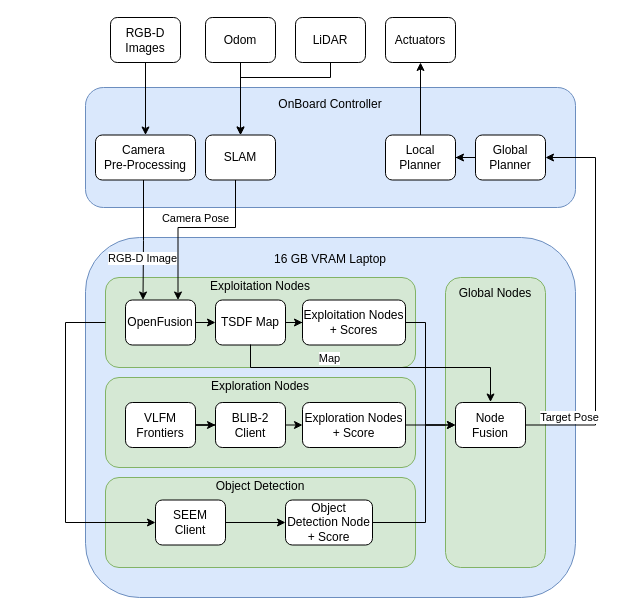
The draw.io diagram Master_Thesis_Overview.drawio in KevinEppacher/Eppacher_Master_Thesis, before the edit. Source tidied: cells renumbered, new cells numbered last; positions are measured from the earlier drawing's top-left corner, leaving out a move shared by most shapes. Both pictures are drawn from the tidied source at 100%, with x=0, y=0 at pixel (65, 17).
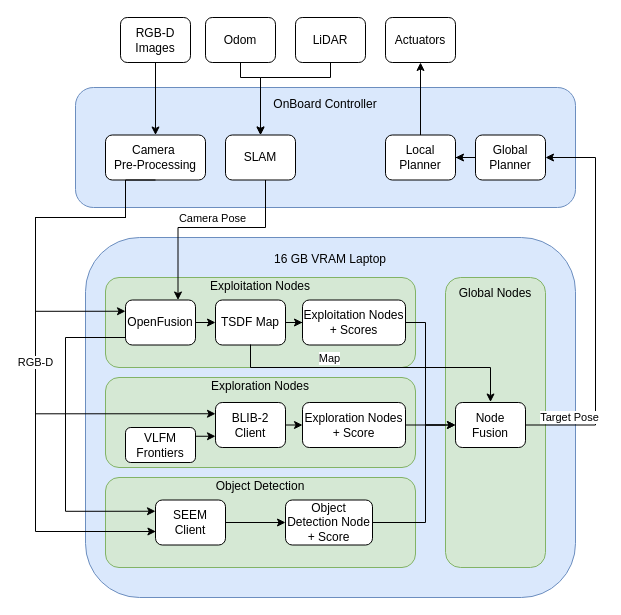
The same diagram, later.

The change refers to these unchanged cells:
```xml
<mxCell id="5" value="Exploitation Nodes&lt;div&gt;&lt;br&gt;&lt;/div&gt;&lt;div&gt;&lt;br&gt;&lt;/div&gt;&lt;div&gt;&lt;br&gt;&lt;/div&gt;&lt;div&gt;&lt;br&gt;&lt;/div&gt;&lt;div&gt;&lt;br&gt;&lt;/div&gt;" style="rounded=1;whiteSpace=wrap;html=1;fillColor=#d5e8d4;strokeColor=#82b366;" parent="1" vertex="1">
  <mxGeometry x="40" y="260" width="310" height="90" as="geometry" />
</mxCell>
<mxCell id="8" value="BLIB-2 Client" style="rounded=1;whiteSpace=wrap;html=1;" parent="1" vertex="1">
  <mxGeometry x="150" y="385" width="70" height="45" as="geometry" />
</mxCell>
<mxCell id="14" value="OpenFusion" style="rounded=1;whiteSpace=wrap;html=1;" parent="1" vertex="1">
  <mxGeometry x="60" y="282.5" width="70" height="45" as="geometry" />
</mxCell>
<mxCell id="20" value="SEEM Client" style="rounded=1;whiteSpace=wrap;html=1;" parent="1" vertex="1">
  <mxGeometry x="90" y="482.5" width="70" height="45" as="geometry" />
</mxCell>
<mxCell id="30" value="Odom" style="rounded=1;whiteSpace=wrap;html=1;" parent="1" vertex="1">
  <mxGeometry x="140" width="70" height="45" as="geometry" />
</mxCell>
<mxCell id="32" value="LiDAR" style="rounded=1;whiteSpace=wrap;html=1;" parent="1" vertex="1">
  <mxGeometry x="230" width="70" height="45" as="geometry" />
</mxCell>
```

What changed in the source:
```diff
@@
     <mxCell id="2" value="OnBoard Controller&lt;div&gt;&lt;br&gt;&lt;/div&gt;&lt;div&gt;&lt;br&gt;&lt;/div&gt;&lt;div&gt;&lt;br&gt;&lt;/div&gt;&lt;div&gt;&lt;br&gt;&lt;/div&gt;&lt;div&gt;&lt;br&gt;&lt;/div&gt;&lt;div&gt;&lt;br&gt;&lt;/div&gt;" style="rounded=1;whiteSpace=wrap;html=1;fillColor=#dae8fc;strokeColor=#6c8ebf;" parent="1" vertex="1">
-      <mxGeometry x="20" y="70" width="490" height="120" as="geometry" />
+      <mxGeometry x="10" y="70" width="500" height="120" as="geometry" />
     </mxCell>
@@
-    <mxCell id="9" style="edgeStyle=orthogonalEdgeStyle;rounded=0;jettySize=auto;html=1;entryX=0;entryY=0.5;entryDx=0;entryDy=0;" parent="1" edge="1" source="10" target="8">
-      <mxGeometry relative="1" as="geometry" />
+    <mxCell id="9" style="edgeStyle=orthogonalEdgeStyle;rounded=0;jettySize=auto;html=1;entryX=0;entryY=0.75;entryDx=0;entryDy=0;" parent="1" edge="1" source="10" target="8">
+      <mxGeometry relative="1" as="geometry">
+        <Array as="points">
+          <mxPoint x="150" y="419" />
+        </Array>
+      </mxGeometry>
     </mxCell>
     <mxCell id="10" value="VLFM Frontiers" style="rounded=1;whiteSpace=wrap;html=1;" parent="1" vertex="1">
-      <mxGeometry x="60" y="385" width="70" height="45" as="geometry" />
+      <mxGeometry x="60" y="410" width="70" height="35" as="geometry" />
     </mxCell>
@@
     <mxCell id="28" value="RGB-D Images" style="rounded=1;whiteSpace=wrap;html=1;" parent="1" vertex="1">
-      <mxGeometry x="45" width="70" height="45" as="geometry" />
+      <mxGeometry x="55" width="70" height="45" as="geometry" />
     </mxCell>
     <mxCell id="29" style="edgeStyle=orthogonalEdgeStyle;rounded=0;jettySize=auto;html=1;entryX=0.5;entryY=0;entryDx=0;entryDy=0;" parent="1" edge="1" source="30" target="36">
-      <mxGeometry relative="1" as="geometry" />
+      <mxGeometry relative="1" as="geometry">
+        <Array as="points">
+          <mxPoint x="175" y="60" />
+          <mxPoint x="195" y="60" />
+        </Array>
+      </mxGeometry>
     </mxCell>
@@
     <mxCell id="31" style="edgeStyle=orthogonalEdgeStyle;rounded=0;jettySize=auto;html=1;entryX=0.5;entryY=0;entryDx=0;entryDy=0;" parent="1" edge="1" source="32" target="36">
       <mxGeometry relative="1" as="geometry">
         <Array as="points">
           <mxPoint x="265" y="60" />
-          <mxPoint x="175" y="60" />
+          <mxPoint x="195" y="60" />
         </Array>
       </mxGeometry>
     </mxCell>
@@
     <mxCell id="34" style="edgeStyle=orthogonalEdgeStyle;rounded=0;jettySize=auto;html=1;entryX=0.75;entryY=0;entryDx=0;entryDy=0;" parent="1" edge="1" source="36" target="14">
       <mxGeometry relative="1" as="geometry">
         <Array as="points">
-          <mxPoint x="170" y="210" />
-          <mxPoint x="113" y="210" />
+          <mxPoint x="200" y="210" />
+          <mxPoint x="112" y="210" />
         </Array>
       </mxGeometry>
     </mxCell>
@@
     <mxCell id="36" value="SLAM" style="rounded=1;whiteSpace=wrap;html=1;" parent="1" vertex="1">
-      <mxGeometry x="140" y="117.5" width="70" height="45" as="geometry" />
+      <mxGeometry x="160" y="117.5" width="70" height="45" as="geometry" />
     </mxCell>
@@
-    <mxCell id="41" style="edgeStyle=orthogonalEdgeStyle;rounded=0;jettySize=auto;html=1;exitX=0;exitY=0.5;exitDx=0;exitDy=0;entryX=0;entryY=0.5;entryDx=0;entryDy=0;" parent="1" edge="1" source="5" target="20">
-      <mxGeometry relative="1" as="geometry">
-        <Array as="points">
-          <mxPoint y="305" />
-          <mxPoint y="505" />
-        </Array>
-      </mxGeometry>
-    </mxCell>
+    <mxCell id="47" style="edgeStyle=orthogonalEdgeStyle;rounded=0;jettySize=auto;html=1;entryX=0;entryY=0.25;entryDx=0;entryDy=0;" parent="1" edge="1" source="44" target="8">
+      <mxGeometry relative="1" as="geometry">
+        <Array as="points">
+          <mxPoint x="60" y="200" />
+          <mxPoint x="-30" y="200" />
+          <mxPoint x="-30" y="396" />
+        </Array>
+      </mxGeometry>
+    </mxCell>
-    <mxCell id="42" style="edgeStyle=orthogonalEdgeStyle;rounded=0;jettySize=auto;html=1;entryX=0.25;entryY=0;entryDx=0;entryDy=0;" parent="1" edge="1" source="44" target="14">
+    <mxCell id="42" style="edgeStyle=orthogonalEdgeStyle;rounded=0;jettySize=auto;html=1;entryX=0;entryY=0.25;entryDx=0;entryDy=0;" parent="1" edge="1" source="44" target="14">
       <mxGeometry relative="1" as="geometry">
         <Array as="points">
-          <mxPoint x="78" y="223" />
-          <mxPoint x="78" y="223" />
+          <mxPoint x="60" y="200" />
+          <mxPoint x="-30" y="200" />
+          <mxPoint x="-30" y="294" />
         </Array>
       </mxGeometry>
     </mxCell>
-    <mxCell id="43" value="RGB-D Image" style="edgeLabel;html=1;align=center;verticalAlign=middle;" parent="42" vertex="1">
-      <mxGeometry x="-0.15" y="-2" relative="1" as="geometry">
-        <mxPoint y="27" as="offset" />
-      </mxGeometry>
-    </mxCell>
     <mxCell id="44" value="Camera&amp;nbsp;&lt;div&gt;Pre-Processing&lt;/div&gt;" style="rounded=1;whiteSpace=wrap;html=1;" parent="1" vertex="1">
-      <mxGeometry x="30" y="117.5" width="100" height="45" as="geometry" />
+      <mxGeometry x="40" y="117.5" width="100" height="45" as="geometry" />
     </mxCell>
@@
+    <mxCell id="41" style="edgeStyle=orthogonalEdgeStyle;rounded=0;jettySize=auto;html=1;exitX=0;exitY=0.5;exitDx=0;exitDy=0;entryX=0;entryY=0.25;entryDx=0;entryDy=0;" parent="1" edge="1" source="14" target="20">
+      <mxGeometry relative="1" as="geometry">
+        <Array as="points">
+          <mxPoint x="60" y="320" />
+          <mxPoint y="320" />
+          <mxPoint y="494" />
+          <mxPoint x="90" y="494" />
+        </Array>
+      </mxGeometry>
+    </mxCell>
+    <mxCell id="48" style="edgeStyle=orthogonalEdgeStyle;rounded=0;jettySize=auto;html=1;entryX=0.006;entryY=0.7;entryDx=0;entryDy=0;entryPerimeter=0;exitX=0.5;exitY=1;exitDx=0;exitDy=0;" parent="1" edge="1" source="44" target="20">
+      <mxGeometry relative="1" as="geometry">
+        <Array as="points">
+          <mxPoint x="60" y="163" />
+          <mxPoint x="60" y="200" />
+          <mxPoint x="-30" y="200" />
+          <mxPoint x="-30" y="514" />
+        </Array>
+      </mxGeometry>
+    </mxCell>
+    <mxCell id="49" value="RGB-D" style="edgeLabel;html=1;align=center;verticalAlign=middle;" parent="48" vertex="1">
+      <mxGeometry x="0.02" y="-1" relative="1" as="geometry" />
+    </mxCell>
```
